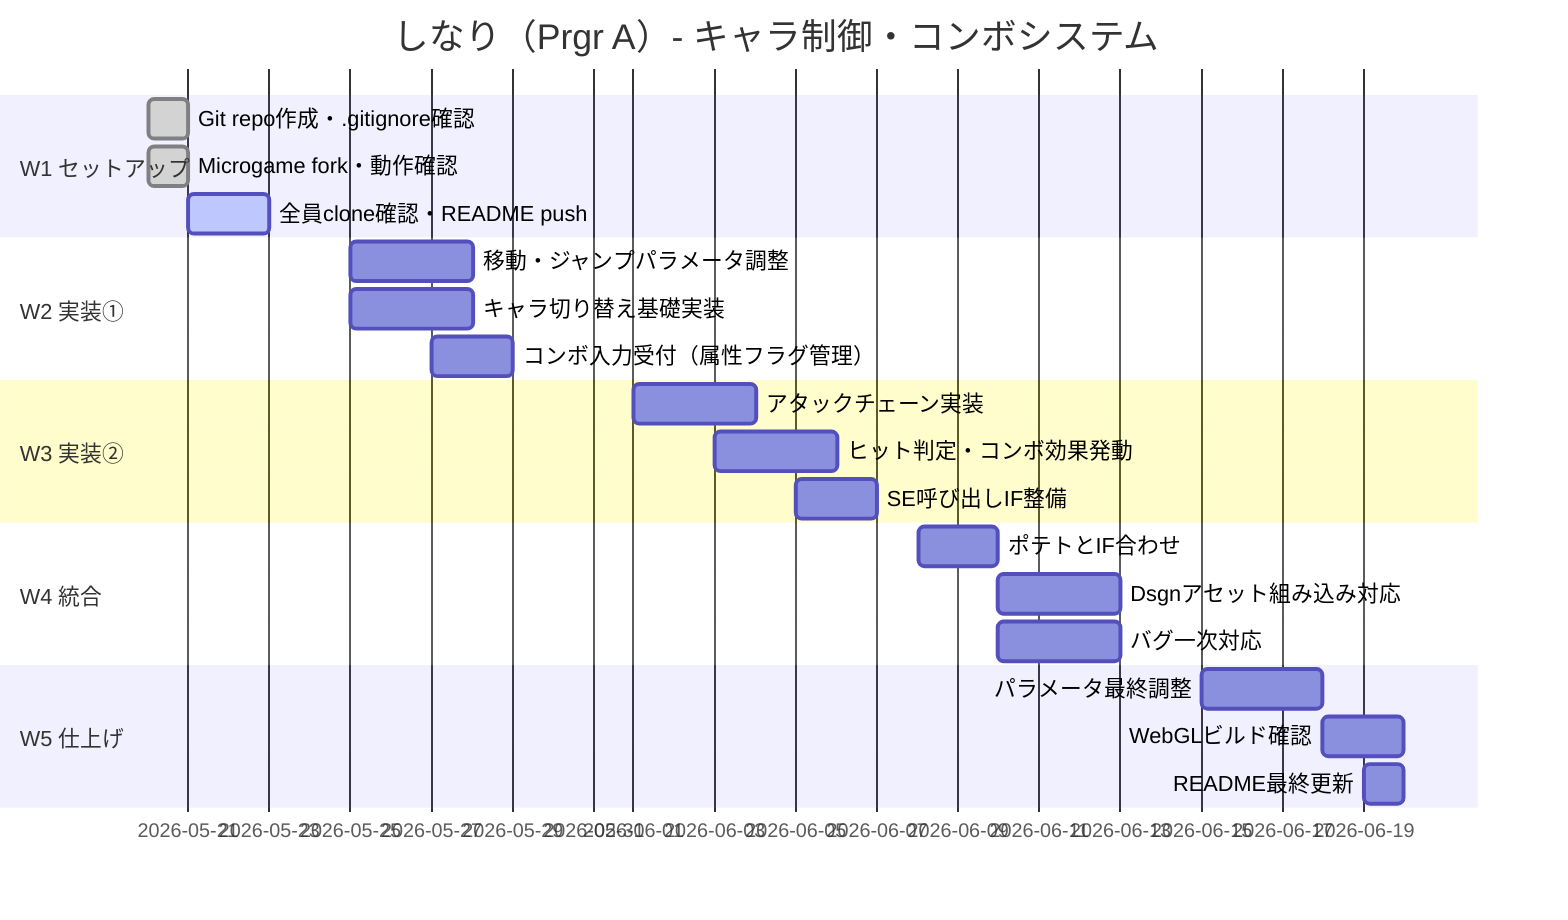
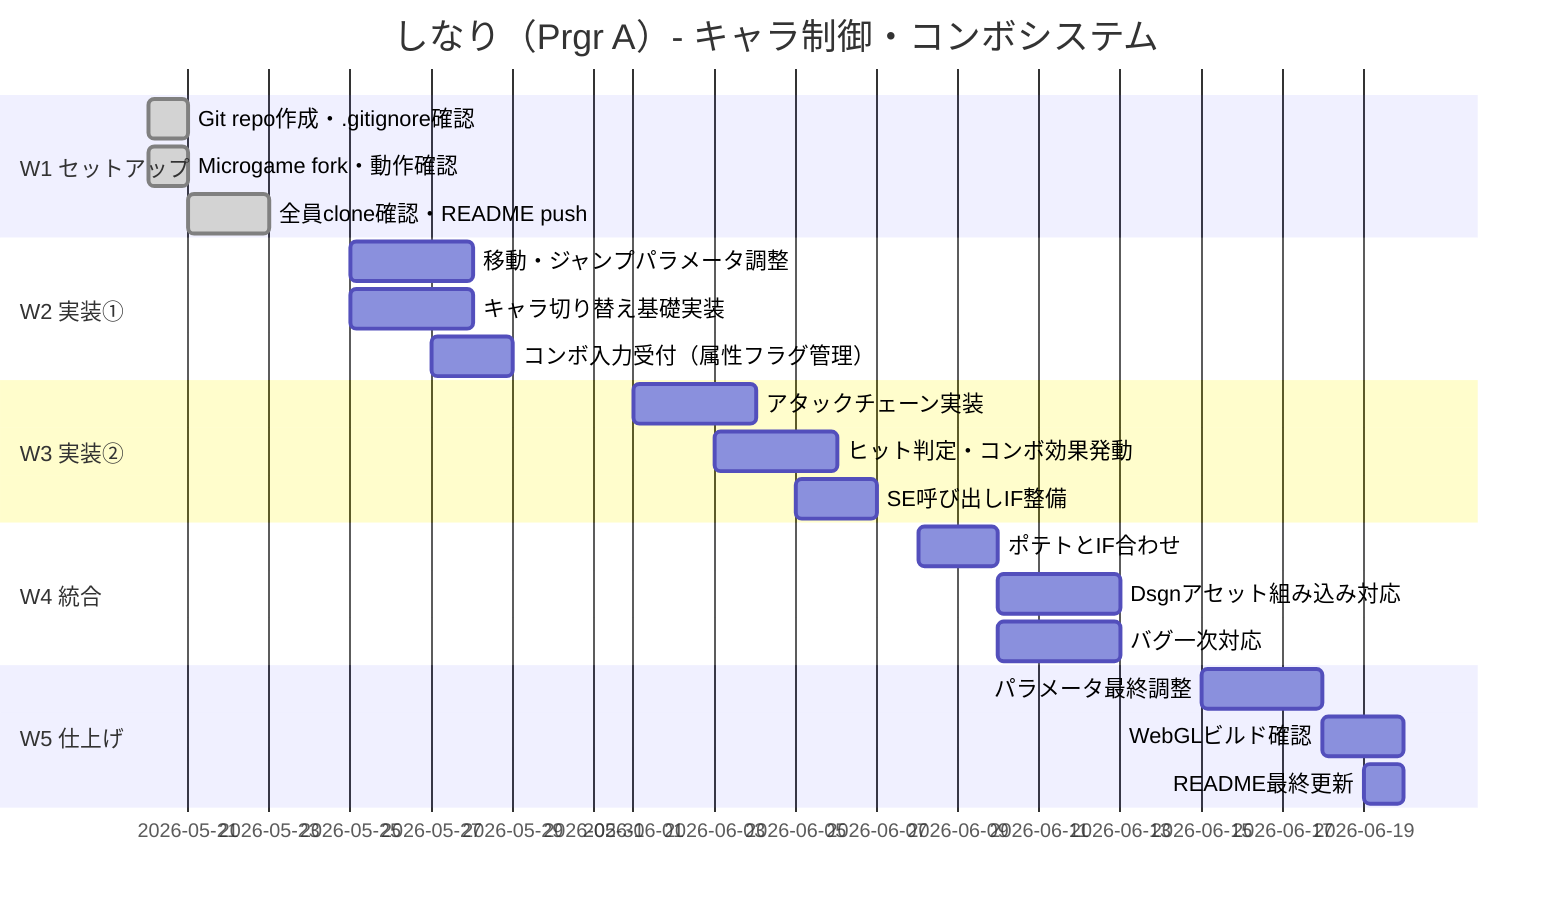
gantt
    title しなり（Prgr A）- キャラ制御・コンボシステム
    dateFormat  MM-DD
    section W1 セットアップ
    Git repo作成・.gitignore確認        :done, 2026-05-20, 1d
    Microgame fork・動作確認            :done, 2026-05-20, 1d
-     全員clone確認・README push          :active, 2026-05-21, 2d
+     全員clone確認・README push          :done, 2026-05-21, 2d
    section W2 実装①
    移動・ジャンプパラメータ調整        :2026-05-25, 3d
    キャラ切り替え基礎実装              :2026-05-25, 3d
    コンボ入力受付（属性フラグ管理）    :2026-05-27, 2d
    section W3 実装②
    アタックチェーン実装                :2026-06-01, 3d
    ヒット判定・コンボ効果発動          :2026-06-03, 3d
    SE呼び出しIF整備                    :2026-06-05, 2d
    section W4 統合
    ポテトとIF合わせ                    :2026-06-08, 2d
    Dsgnアセット組み込み対応            :2026-06-10, 3d
    バグ一次対応                        :2026-06-10, 3d
    section W5 仕上げ
    パラメータ最終調整                  :2026-06-15, 3d
    WebGLビルド確認                     :2026-06-18, 2d
    README最終更新                      :2026-06-19, 1d
